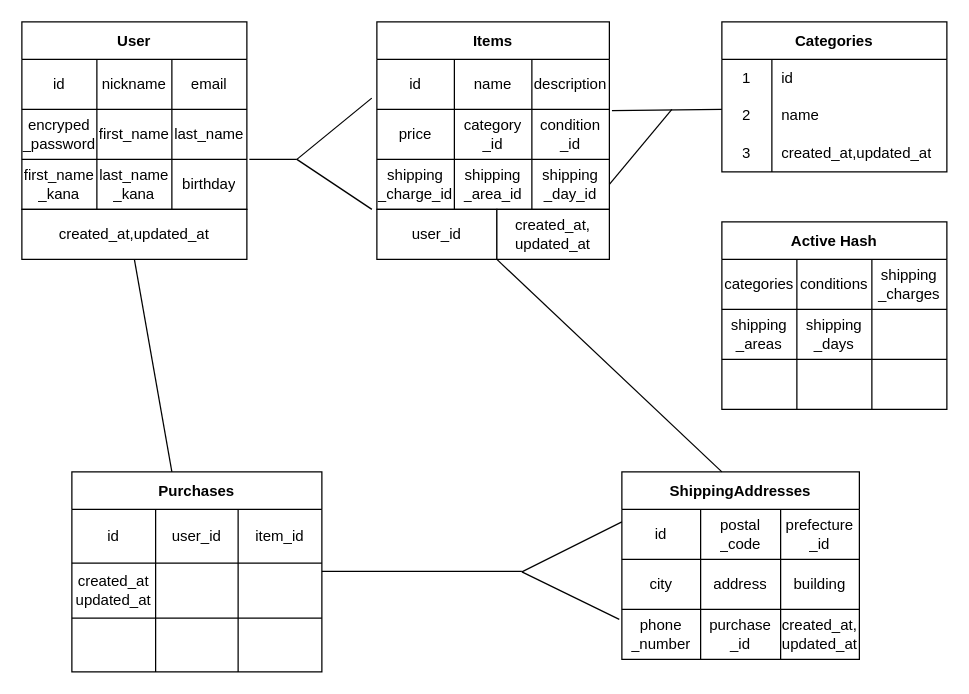
The draw.io diagram test.dio in Newriver758/furima-41029, before the edit. Source tidied: cells renumbered, new cells numbered last; positions are measured from the earlier drawing's top-left corner, leaving out a move shared by most shapes. Both pictures are drawn from the tidied source at 125%, with x=0, y=0 at pixel (21, 21).
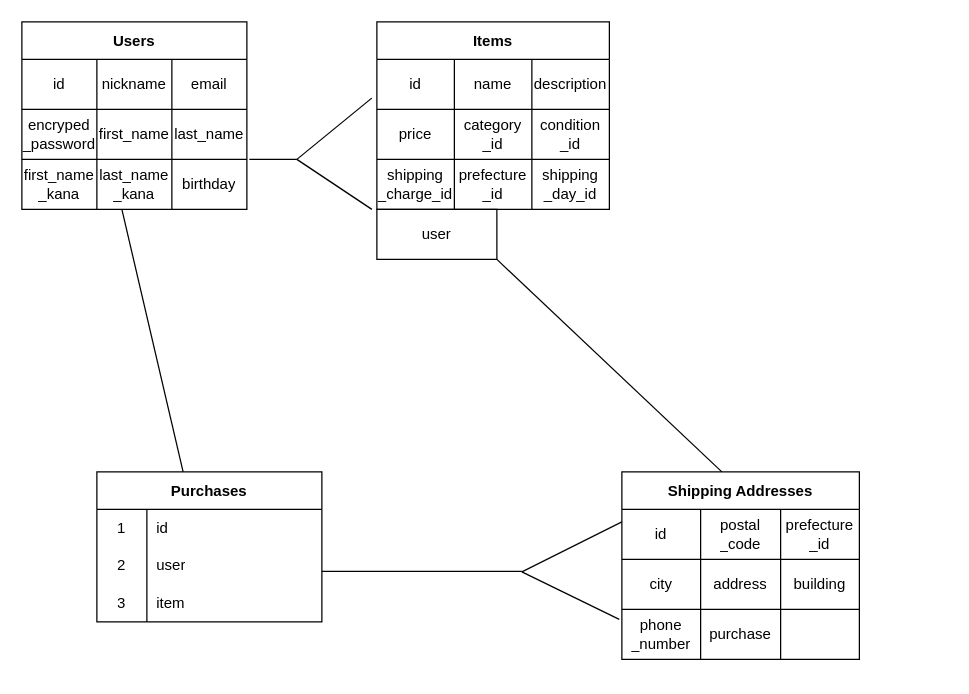
The same diagram, later.

Commit message (it also covers changes not shown here):
READMEの変更及びER図の変更

The change refers to these unchanged cells:
```xml
<mxCell id="11" style="shape=tableRow;horizontal=0;startSize=0;swimlaneHead=0;swimlaneBody=0;top=0;left=0;bottom=0;right=0;fillColor=none;points=[[0,0.5],[1,0.5]];portConstraint=eastwest;" parent="2" vertex="1">
  <mxGeometry y="110" width="180" height="40" as="geometry" />
</mxCell>
<mxCell id="16" style="shape=tableRow;horizontal=0;startSize=0;swimlaneHead=0;swimlaneBody=0;top=0;left=0;bottom=0;right=0;fillColor=none;points=[[0,0.5],[1,0.5]];portConstraint=eastwest;" parent="15" vertex="1">
  <mxGeometry y="30" width="186" height="40" as="geometry" />
</mxCell>
<mxCell id="20" style="shape=tableRow;horizontal=0;startSize=0;swimlaneHead=0;swimlaneBody=0;top=0;left=0;bottom=0;right=0;fillColor=none;points=[[0,0.5],[1,0.5]];portConstraint=eastwest;" parent="15" vertex="1">
  <mxGeometry y="70" width="186" height="40" as="geometry" />
</mxCell>
<mxCell id="24" style="shape=tableRow;horizontal=0;startSize=0;swimlaneHead=0;swimlaneBody=0;top=0;left=0;bottom=0;right=0;fillColor=none;points=[[0,0.5],[1,0.5]];portConstraint=eastwest;" parent="15" vertex="1">
  <mxGeometry y="110" width="186" height="40" as="geometry" />
</mxCell>
<mxCell id="42" style="shape=tableRow;horizontal=0;startSize=0;swimlaneHead=0;swimlaneBody=0;top=0;left=0;bottom=0;right=0;fillColor=none;points=[[0,0.5],[1,0.5]];portConstraint=eastwest;" parent="41" vertex="1">
  <mxGeometry y="30" width="190" height="40" as="geometry" />
</mxCell>
<mxCell id="50" style="shape=tableRow;horizontal=0;startSize=0;swimlaneHead=0;swimlaneBody=0;top=0;left=0;bottom=0;right=0;fillColor=none;points=[[0,0.5],[1,0.5]];portConstraint=eastwest;" parent="41" vertex="1">
  <mxGeometry y="110" width="190" height="40" as="geometry" />
</mxCell>
```

Change to the diagram source:
```diff
@@
-    <mxCell id="2" value="User" style="shape=table;startSize=30;childLayout=tableLayout;fontStyle=1;align=center;" parent="1" vertex="1">
+    <mxCell id="2" value="Users" style="shape=table;startSize=30;childLayout=tableLayout;fontStyle=1;align=center;" parent="1" vertex="1">
       <mxGeometry width="180" height="150" as="geometry" />
     </mxCell>
@@
-    <mxCell id="26" value="shipping&lt;br&gt;_area_id" style="shape=partialRectangle;html=1;whiteSpace=wrap;fillColor=none;top=0;left=0;bottom=0;right=0;overflow=hidden;" parent="24" vertex="1">
+    <mxCell id="26" value="prefecture&lt;br&gt;_id" style="shape=partialRectangle;html=1;whiteSpace=wrap;fillColor=none;top=0;left=0;bottom=0;right=0;overflow=hidden;" parent="24" vertex="1">
       <mxGeometry x="62" width="62" height="40" as="geometry" />
     </mxCell>
@@
-    <mxCell id="28" value="Purchases" style="shape=table;startSize=30;childLayout=tableLayout;fontStyle=1;align=center;" parent="1" vertex="1">
-      <mxGeometry x="40" y="360" width="200" height="160" as="geometry" />
-    </mxCell>
-    <mxCell id="29" style="shape=tableRow;horizontal=0;startSize=0;swimlaneHead=0;swimlaneBody=0;top=0;left=0;bottom=0;right=0;fillColor=none;" parent="28" vertex="1">
-      <mxGeometry y="30" width="200" height="43" as="geometry" />
-    </mxCell>
-    <mxCell id="30" value="id" style="shape=partialRectangle;html=1;whiteSpace=wrap;fillColor=none;top=0;left=0;bottom=0;right=0;overflow=hidden;" parent="29" vertex="1">
-      <mxGeometry width="67" height="43" as="geometry" />
-    </mxCell>
-    <mxCell id="31" value="user_id" style="shape=partialRectangle;html=1;whiteSpace=wrap;fillColor=none;top=0;left=0;bottom=0;right=0;overflow=hidden;" parent="29" vertex="1">
-      <mxGeometry x="67" width="66" height="43" as="geometry" />
-    </mxCell>
-    <mxCell id="32" value="item_id" style="shape=partialRectangle;html=1;whiteSpace=wrap;fillColor=none;top=0;left=0;bottom=0;right=0;overflow=hidden;" parent="29" vertex="1">
-      <mxGeometry x="133" width="67" height="43" as="geometry" />
-    </mxCell>
-    <mxCell id="33" style="shape=tableRow;horizontal=0;startSize=0;swimlaneHead=0;swimlaneBody=0;top=0;left=0;bottom=0;right=0;fillColor=none;" parent="28" vertex="1">
-      <mxGeometry y="73" width="200" height="44" as="geometry" />
-    </mxCell>
-    <mxCell id="34" value="created_at&lt;br&gt;updated_at" style="shape=partialRectangle;html=1;whiteSpace=wrap;fillColor=none;top=0;left=0;bottom=0;right=0;overflow=hidden;" parent="33" vertex="1">
-      <mxGeometry width="67" height="44" as="geometry" />
-    </mxCell>
-    <mxCell id="35" style="shape=partialRectangle;html=1;whiteSpace=wrap;fillColor=none;top=0;left=0;bottom=0;right=0;overflow=hidden;" parent="33" vertex="1">
-      <mxGeometry x="67" width="66" height="44" as="geometry" />
-    </mxCell>
-    <mxCell id="36" style="shape=partialRectangle;html=1;whiteSpace=wrap;fillColor=none;top=0;left=0;bottom=0;right=0;overflow=hidden;" parent="33" vertex="1">
-      <mxGeometry x="133" width="67" height="44" as="geometry" />
-    </mxCell>
-    <mxCell id="37" style="shape=tableRow;horizontal=0;startSize=0;swimlaneHead=0;swimlaneBody=0;top=0;left=0;bottom=0;right=0;fillColor=none;" parent="28" vertex="1">
-      <mxGeometry y="117" width="200" height="43" as="geometry" />
-    </mxCell>
-    <mxCell id="38" style="shape=partialRectangle;html=1;whiteSpace=wrap;fillColor=none;top=0;left=0;bottom=0;right=0;overflow=hidden;" parent="37" vertex="1">
-      <mxGeometry width="67" height="43" as="geometry" />
-    </mxCell>
-    <mxCell id="39" style="shape=partialRectangle;html=1;whiteSpace=wrap;fillColor=none;top=0;left=0;bottom=0;right=0;overflow=hidden;" parent="37" vertex="1">
-      <mxGeometry x="67" width="66" height="43" as="geometry" />
-    </mxCell>
-    <mxCell id="40" style="shape=partialRectangle;html=1;whiteSpace=wrap;fillColor=none;top=0;left=0;bottom=0;right=0;overflow=hidden;" parent="37" vertex="1">
-      <mxGeometry x="133" width="67" height="43" as="geometry" />
-    </mxCell>
-    <mxCell id="41" value="ShippingAddresses" style="shape=table;startSize=30;childLayout=tableLayout;fontStyle=1;align=center;" parent="1" vertex="1">
+    <mxCell id="41" value="Shipping Addresses" style="shape=table;startSize=30;childLayout=tableLayout;fontStyle=1;align=center;" parent="1" vertex="1">
       <mxGeometry x="480" y="360" width="190" height="150" as="geometry" />
     </mxCell>
@@
-    <mxCell id="52" value="purchase&lt;br&gt;_id" style="shape=partialRectangle;html=1;whiteSpace=wrap;fillColor=none;top=0;left=0;bottom=0;right=0;overflow=hidden;" parent="50" vertex="1">
+    <mxCell id="52" value="purchase" style="shape=partialRectangle;html=1;whiteSpace=wrap;fillColor=none;top=0;left=0;bottom=0;right=0;overflow=hidden;" parent="50" vertex="1">
       <mxGeometry x="63" width="64" height="40" as="geometry" />
     </mxCell>
-    <mxCell id="53" value="created_at,&lt;br&gt;updated_at" style="shape=partialRectangle;html=1;whiteSpace=wrap;fillColor=none;top=0;left=0;bottom=0;right=0;overflow=hidden;" parent="50" vertex="1">
+    <mxCell id="53" style="shape=partialRectangle;html=1;whiteSpace=wrap;fillColor=none;top=0;left=0;bottom=0;right=0;overflow=hidden;" parent="50" vertex="1">
       <mxGeometry x="127" width="63" height="40" as="geometry" />
     </mxCell>
-    <mxCell id="54" value="created_at,updated_at" style="rounded=0;whiteSpace=wrap;html=1;" parent="1" vertex="1">
-      <mxGeometry y="150" width="180" height="40" as="geometry" />
-    </mxCell>
-    <mxCell id="55" value="user_id" style="rounded=0;whiteSpace=wrap;html=1;" parent="1" vertex="1">
+    <mxCell id="55" value="user" style="rounded=0;whiteSpace=wrap;html=1;" parent="1" vertex="1">
       <mxGeometry x="284" y="150" width="96" height="40" as="geometry" />
     </mxCell>
-    <mxCell id="56" value="created_at,&lt;br&gt;updated_at" style="rounded=0;whiteSpace=wrap;html=1;" parent="1" vertex="1">
-      <mxGeometry x="380" y="150" width="90" height="40" as="geometry" />
-    </mxCell>
-    <mxCell id="57" value="Categories" style="shape=table;startSize=30;childLayout=tableLayout;rowLines=0;fontStyle=1;" parent="1" vertex="1">
-      <mxGeometry x="560" width="180" height="120" as="geometry" />
-    </mxCell>
+    <mxCell id="67" style="endArrow=none;html=1;entryX=-0.022;entryY=0.775;entryDx=0;entryDy=0;entryPerimeter=0;" parent="1" edge="1" target="16">
+      <mxGeometry relative="1" as="geometry">
+        <mxPoint x="220" y="110" as="sourcePoint" />
+      </mxGeometry>
+    </mxCell>
+    <mxCell id="68" style="endArrow=none;html=1;exitX=1.011;exitY=0;exitDx=0;exitDy=0;exitPerimeter=0;" parent="1" edge="1" source="11">
+      <mxGeometry relative="1" as="geometry">
+        <mxPoint x="220" y="110" as="targetPoint" />
+      </mxGeometry>
+    </mxCell>
+    <mxCell id="69" style="endArrow=none;html=1;" parent="1" edge="1">
+      <mxGeometry relative="1" as="geometry">
+        <mxPoint x="220" y="110" as="sourcePoint" />
+        <mxPoint x="280" y="150" as="targetPoint" />
+      </mxGeometry>
+    </mxCell>
+    <mxCell id="72" style="endArrow=none;html=1;exitX=0.421;exitY=0;exitDx=0;exitDy=0;exitPerimeter=0;" parent="1" edge="1">
+      <mxGeometry relative="1" as="geometry">
+        <mxPoint x="129" y="360" as="sourcePoint" />
+        <mxPoint x="80" y="150" as="targetPoint" />
+      </mxGeometry>
+    </mxCell>
+    <mxCell id="73" style="endArrow=none;html=1;" parent="1" edge="1">
+      <mxGeometry relative="1" as="geometry">
+        <mxPoint x="240" y="439.5" as="sourcePoint" />
+        <mxPoint x="400" y="439.5" as="targetPoint" />
+      </mxGeometry>
+    </mxCell>
+    <mxCell id="74" style="endArrow=none;html=1;entryX=0;entryY=0.25;entryDx=0;entryDy=0;entryPerimeter=0;" parent="1" edge="1" target="42">
+      <mxGeometry relative="1" as="geometry">
+        <mxPoint x="400" y="440" as="sourcePoint" />
+      </mxGeometry>
+    </mxCell>
+    <mxCell id="75" style="endArrow=none;html=1;entryX=-0.011;entryY=0.2;entryDx=0;entryDy=0;entryPerimeter=0;" parent="1" edge="1" target="50">
+      <mxGeometry relative="1" as="geometry">
+        <mxPoint x="400" y="440" as="sourcePoint" />
+      </mxGeometry>
+    </mxCell>
+    <mxCell id="76" style="endArrow=none;html=1;exitX=0.421;exitY=0;exitDx=0;exitDy=0;exitPerimeter=0;" parent="1" edge="1" source="41">
+      <mxGeometry relative="1" as="geometry">
+        <mxPoint x="380" y="190" as="targetPoint" />
+      </mxGeometry>
+    </mxCell>
+    <mxCell id="28" value="Purchases" style="shape=table;startSize=30;childLayout=tableLayout;rowLines=0;fontStyle=1;" parent="1" vertex="1">
+      <mxGeometry x="60" y="360" width="180" height="120" as="geometry" />
+    </mxCell>
-    <mxCell id="58" style="shape=tableRow;horizontal=0;startSize=0;swimlaneHead=0;swimlaneBody=0;top=0;left=0;bottom=0;right=0;fillColor=none;" parent="57" vertex="1">
+    <mxCell id="58" style="shape=tableRow;horizontal=0;startSize=0;swimlaneHead=0;swimlaneBody=0;top=0;left=0;bottom=0;right=0;fillColor=none;" parent="28" vertex="1">
       <mxGeometry y="30" width="180" height="30" as="geometry" />
     </mxCell>
@@
-    <mxCell id="61" style="shape=tableRow;horizontal=0;startSize=0;swimlaneHead=0;swimlaneBody=0;top=0;left=0;bottom=0;right=0;fillColor=none;" parent="57" vertex="1">
+    <mxCell id="61" style="shape=tableRow;horizontal=0;startSize=0;swimlaneHead=0;swimlaneBody=0;top=0;left=0;bottom=0;right=0;fillColor=none;" parent="28" vertex="1">
       <mxGeometry y="60" width="180" height="30" as="geometry" />
     </mxCell>
@@
-    <mxCell id="63" value="name" style="shape=partialRectangle;html=1;whiteSpace=wrap;fillColor=none;top=0;left=0;bottom=0;right=0;align=left;spacingLeft=6;overflow=hidden;" parent="61" vertex="1">
-      <mxGeometry x="40" width="140" height="30" as="geometry" />
-    </mxCell>
+    <mxCell id="90" value="user" style="shape=partialRectangle;html=1;whiteSpace=wrap;fillColor=none;top=0;left=0;bottom=0;right=0;align=left;spacingLeft=6;overflow=hidden;" parent="61" vertex="1">
+      <mxGeometry x="40" width="140" height="30" as="geometry" />
+    </mxCell>
-    <mxCell id="64" style="shape=tableRow;horizontal=0;startSize=0;swimlaneHead=0;swimlaneBody=0;top=0;left=0;bottom=0;right=0;fillColor=none;" parent="57" vertex="1">
+    <mxCell id="64" style="shape=tableRow;horizontal=0;startSize=0;swimlaneHead=0;swimlaneBody=0;top=0;left=0;bottom=0;right=0;fillColor=none;" parent="28" vertex="1">
       <mxGeometry y="90" width="180" height="30" as="geometry" />
     </mxCell>
@@
-    <mxCell id="66" value="&lt;span style=&quot;text-align: center;&quot;&gt;created_at,updated_at&lt;/span&gt;" style="shape=partialRectangle;html=1;whiteSpace=wrap;fillColor=none;top=0;left=0;bottom=0;right=0;align=left;spacingLeft=6;overflow=hidden;" parent="64" vertex="1">
-      <mxGeometry x="40" width="140" height="30" as="geometry" />
-    </mxCell>
-    <mxCell id="67" style="endArrow=none;html=1;entryX=-0.022;entryY=0.775;entryDx=0;entryDy=0;entryPerimeter=0;" parent="1" edge="1" target="16">
-      <mxGeometry relative="1" as="geometry">
-        <mxPoint x="220" y="110" as="sourcePoint" />
-      </mxGeometry>
-    </mxCell>
-    <mxCell id="68" style="endArrow=none;html=1;exitX=1.011;exitY=0;exitDx=0;exitDy=0;exitPerimeter=0;" parent="1" edge="1" source="11">
-      <mxGeometry relative="1" as="geometry">
-        <mxPoint x="220" y="110" as="targetPoint" />
-      </mxGeometry>
-    </mxCell>
-    <mxCell id="69" style="endArrow=none;html=1;" parent="1" edge="1">
-      <mxGeometry relative="1" as="geometry">
-        <mxPoint x="220" y="110" as="sourcePoint" />
-        <mxPoint x="280" y="150" as="targetPoint" />
-      </mxGeometry>
-    </mxCell>
-    <mxCell id="70" style="endArrow=none;html=1;exitX=1.011;exitY=0.025;exitDx=0;exitDy=0;exitPerimeter=0;" parent="1" edge="1" source="20">
-      <mxGeometry relative="1" as="geometry">
-        <mxPoint x="560" y="70" as="targetPoint" />
-      </mxGeometry>
-    </mxCell>
-    <mxCell id="71" style="endArrow=none;html=1;exitX=1;exitY=0.5;exitDx=0;exitDy=0;" parent="1" edge="1" source="24">
-      <mxGeometry relative="1" as="geometry">
-        <mxPoint x="520" y="70" as="targetPoint" />
-      </mxGeometry>
-    </mxCell>
-    <mxCell id="72" style="endArrow=none;html=1;exitX=0.4;exitY=0;exitDx=0;exitDy=0;exitPerimeter=0;" parent="1" edge="1" source="28">
-      <mxGeometry relative="1" as="geometry">
-        <mxPoint x="90" y="190" as="targetPoint" />
-      </mxGeometry>
-    </mxCell>
-    <mxCell id="73" style="endArrow=none;html=1;" parent="1" edge="1">
-      <mxGeometry relative="1" as="geometry">
-        <mxPoint x="240" y="439.5" as="sourcePoint" />
-        <mxPoint x="400" y="439.5" as="targetPoint" />
-      </mxGeometry>
-    </mxCell>
-    <mxCell id="74" style="endArrow=none;html=1;entryX=0;entryY=0.25;entryDx=0;entryDy=0;entryPerimeter=0;" parent="1" edge="1" target="42">
-      <mxGeometry relative="1" as="geometry">
-        <mxPoint x="400" y="440" as="sourcePoint" />
-      </mxGeometry>
-    </mxCell>
-    <mxCell id="75" style="endArrow=none;html=1;entryX=-0.011;entryY=0.2;entryDx=0;entryDy=0;entryPerimeter=0;" parent="1" edge="1" target="50">
-      <mxGeometry relative="1" as="geometry">
-        <mxPoint x="400" y="440" as="sourcePoint" />
-      </mxGeometry>
-    </mxCell>
-    <mxCell id="76" style="endArrow=none;html=1;exitX=0.421;exitY=0;exitDx=0;exitDy=0;exitPerimeter=0;" parent="1" edge="1" source="41">
-      <mxGeometry relative="1" as="geometry">
-        <mxPoint x="380" y="190" as="targetPoint" />
-      </mxGeometry>
-    </mxCell>
-    <mxCell id="77" value="Active Hash" style="shape=table;startSize=30;childLayout=tableLayout;fontStyle=1;align=center;" parent="1" vertex="1">
-      <mxGeometry x="560" y="160" width="180" height="150" as="geometry" />
-    </mxCell>
-    <mxCell id="78" style="shape=tableRow;horizontal=0;startSize=0;swimlaneHead=0;swimlaneBody=0;top=0;left=0;bottom=0;right=0;fillColor=none;" parent="77" vertex="1">
-      <mxGeometry y="30" width="180" height="40" as="geometry" />
-    </mxCell>
-    <mxCell id="79" value="categories" style="shape=partialRectangle;html=1;whiteSpace=wrap;fillColor=none;top=0;left=0;bottom=0;right=0;overflow=hidden;" parent="78" vertex="1">
-      <mxGeometry width="60" height="40" as="geometry" />
-    </mxCell>
-    <mxCell id="80" value="conditions" style="shape=partialRectangle;html=1;whiteSpace=wrap;fillColor=none;top=0;left=0;bottom=0;right=0;overflow=hidden;" parent="78" vertex="1">
-      <mxGeometry x="60" width="60" height="40" as="geometry" />
-    </mxCell>
-    <mxCell id="81" value="shipping&lt;br&gt;_charges" style="shape=partialRectangle;html=1;whiteSpace=wrap;fillColor=none;top=0;left=0;bottom=0;right=0;overflow=hidden;" parent="78" vertex="1">
-      <mxGeometry x="120" width="60" height="40" as="geometry" />
-    </mxCell>
-    <mxCell id="82" style="shape=tableRow;horizontal=0;startSize=0;swimlaneHead=0;swimlaneBody=0;top=0;left=0;bottom=0;right=0;fillColor=none;" parent="77" vertex="1">
-      <mxGeometry y="70" width="180" height="40" as="geometry" />
-    </mxCell>
-    <mxCell id="83" value="shipping&lt;br&gt;_areas" style="shape=partialRectangle;html=1;whiteSpace=wrap;fillColor=none;top=0;left=0;bottom=0;right=0;overflow=hidden;" parent="82" vertex="1">
-      <mxGeometry width="60" height="40" as="geometry" />
-    </mxCell>
-    <mxCell id="84" value="shipping&lt;br&gt;_days" style="shape=partialRectangle;html=1;whiteSpace=wrap;fillColor=none;top=0;left=0;bottom=0;right=0;overflow=hidden;" parent="82" vertex="1">
-      <mxGeometry x="60" width="60" height="40" as="geometry" />
-    </mxCell>
-    <mxCell id="85" style="shape=partialRectangle;html=1;whiteSpace=wrap;fillColor=none;top=0;left=0;bottom=0;right=0;overflow=hidden;" parent="82" vertex="1">
-      <mxGeometry x="120" width="60" height="40" as="geometry" />
-    </mxCell>
-    <mxCell id="86" style="shape=tableRow;horizontal=0;startSize=0;swimlaneHead=0;swimlaneBody=0;top=0;left=0;bottom=0;right=0;fillColor=none;" parent="77" vertex="1">
-      <mxGeometry y="110" width="180" height="40" as="geometry" />
-    </mxCell>
-    <mxCell id="87" style="shape=partialRectangle;html=1;whiteSpace=wrap;fillColor=none;top=0;left=0;bottom=0;right=0;overflow=hidden;" parent="86" vertex="1">
-      <mxGeometry width="60" height="40" as="geometry" />
-    </mxCell>
-    <mxCell id="88" style="shape=partialRectangle;html=1;whiteSpace=wrap;fillColor=none;top=0;left=0;bottom=0;right=0;overflow=hidden;" parent="86" vertex="1">
-      <mxGeometry x="60" width="60" height="40" as="geometry" />
-    </mxCell>
-    <mxCell id="89" style="shape=partialRectangle;html=1;whiteSpace=wrap;fillColor=none;top=0;left=0;bottom=0;right=0;overflow=hidden;" parent="86" vertex="1">
-      <mxGeometry x="120" width="60" height="40" as="geometry" />
-    </mxCell>
+    <mxCell id="91" value="item" style="shape=partialRectangle;html=1;whiteSpace=wrap;fillColor=none;top=0;left=0;bottom=0;right=0;align=left;spacingLeft=6;overflow=hidden;" parent="64" vertex="1">
+      <mxGeometry x="40" width="140" height="30" as="geometry" />
+    </mxCell>
```
